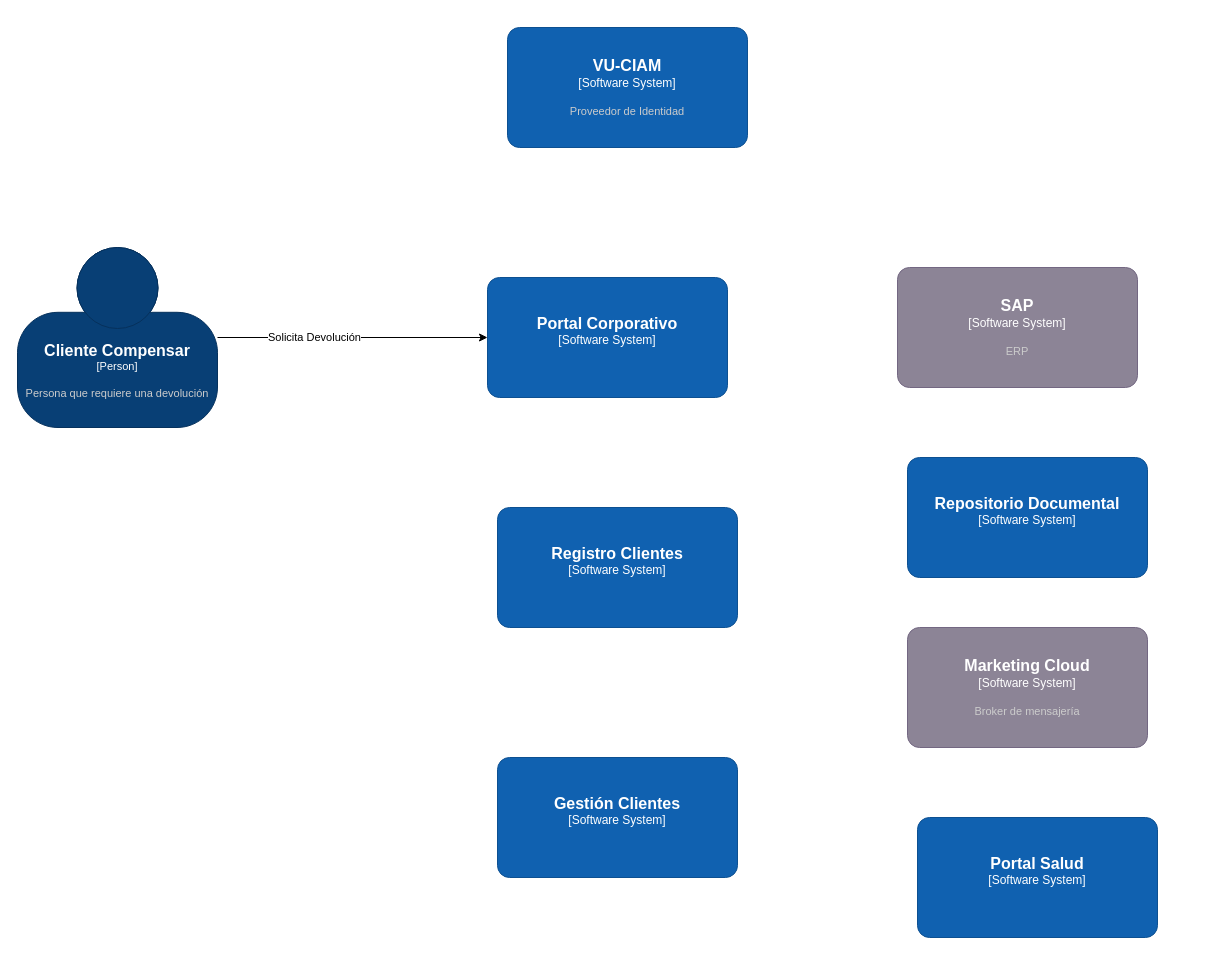
Earlier version of the draw.io diagram page "Context" (1 of 2) of Devoluciones.drawio (carlosvalderrama1204/diagrams). Source tidied: cells renumbered, new cells numbered last; positions are measured from the earlier drawing's top-left corner, leaving out a move shared by most shapes. Both pictures are drawn from the tidied source at 100%, with x=0, y=0 at pixel (17, 27).
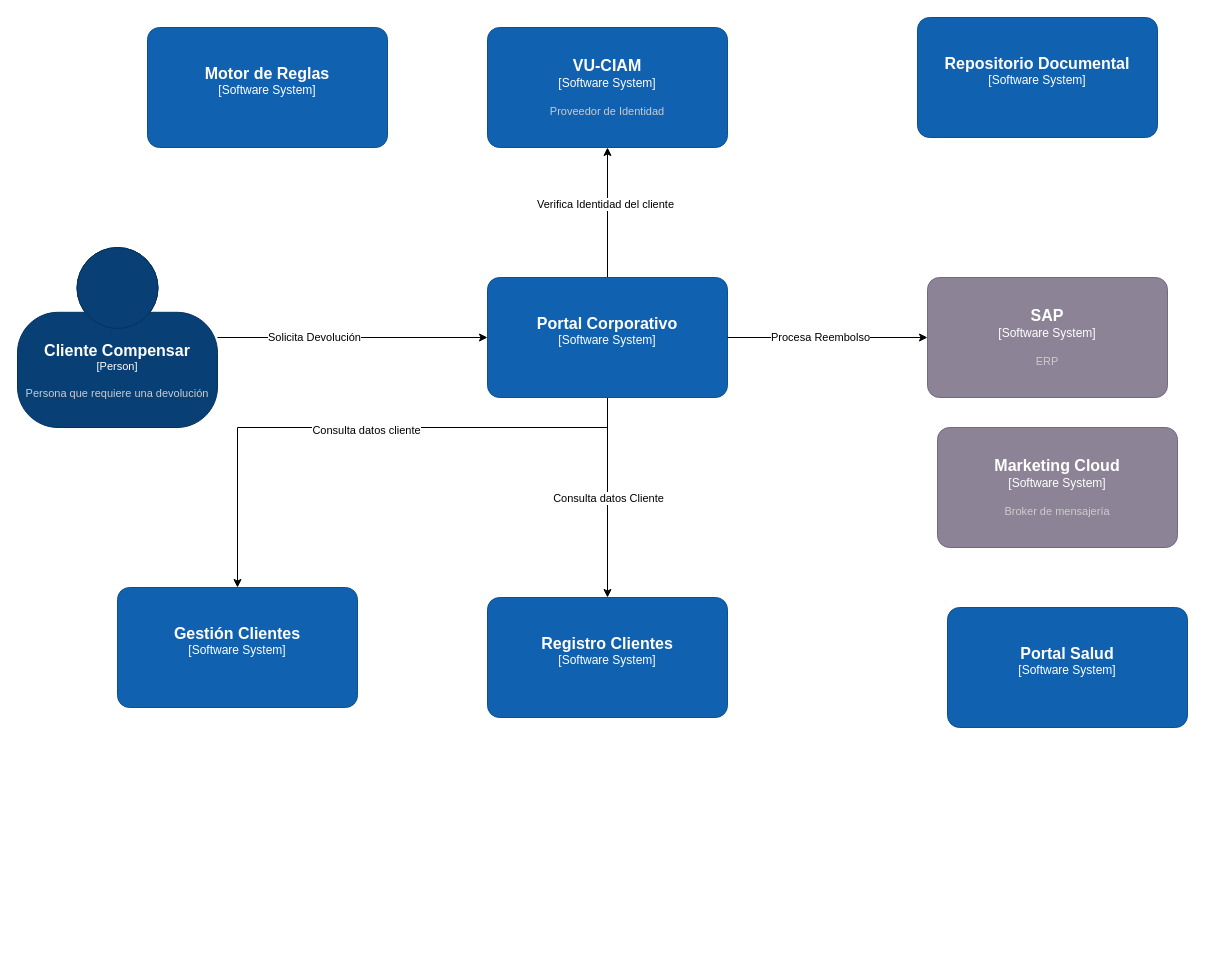
After the change.

The change refers to these unchanged cells:
```xml
<object id="5" label="&lt;font style=&quot;font-size: 16px&quot;&gt;&lt;b&gt;%c4Name%&lt;/b&gt;&lt;/font&gt;&lt;div&gt;[%c4Type%]&lt;/div&gt;&lt;br&gt;&lt;div&gt;&lt;font style=&quot;font-size: 11px&quot;&gt;&lt;font color=&quot;#cccccc&quot;&gt;%c4Description%&lt;/font&gt;&lt;/div&gt;" c4Description="" c4Name="Portal Corporativo" c4Type="Software System" placeholders="1">
  <mxCell style="rounded=1;whiteSpace=wrap;html=1;labelBackgroundColor=none;fillColor=#1061B0;fontColor=#ffffff;align=center;arcSize=10;strokeColor=#0D5091;points=[[0.25,0,0],[0.5,0,0],[0.75,0,0],[1,0.25,0],[1,0.5,0],[1,0.75,0],[0.75,1,0],[0.5,1,0],[0.25,1,0],[0,0.75,0],[0,0.5,0],[0,0.25,0]];" parent="1" vertex="1">
    <mxGeometry x="470" y="250" width="240" height="120" as="geometry" />
  </mxCell>
</object>
```

What changed in the source:
```diff
@@
+    <mxCell id="13" style="edgeStyle=orthogonalEdgeStyle;rounded=0;jettySize=auto;html=1;" parent="1" edge="1" source="5" target="12">
+      <mxGeometry relative="1" as="geometry" />
+    </mxCell>
+    <mxCell id="14" value="Verifica Identidad del cliente" style="edgeLabel;html=1;align=center;verticalAlign=middle;" parent="13" vertex="1">
+      <mxGeometry x="0.14" y="3" relative="1" as="geometry" />
+    </mxCell>
+    <mxCell id="15" style="edgeStyle=orthogonalEdgeStyle;rounded=0;jettySize=auto;html=1;" parent="1" edge="1" source="5" target="11">
+      <mxGeometry relative="1" as="geometry" />
+    </mxCell>
+    <mxCell id="16" value="Consulta datos Cliente" style="edgeLabel;html=1;align=center;verticalAlign=middle;" parent="15" vertex="1">
+      <mxGeometry relative="1" as="geometry" />
+    </mxCell>
+    <mxCell id="17" style="edgeStyle=orthogonalEdgeStyle;rounded=0;jettySize=auto;html=1;" parent="1" edge="1" source="5" target="10">
+      <mxGeometry relative="1" as="geometry">
+        <Array as="points">
+          <mxPoint x="590" y="400" />
+          <mxPoint x="220" y="400" />
+        </Array>
+      </mxGeometry>
+    </mxCell>
+    <mxCell id="18" value="Consulta datos cliente" style="edgeLabel;html=1;align=center;verticalAlign=middle;" parent="17" vertex="1">
+      <mxGeometry x="-0.03" y="2" relative="1" as="geometry" />
+    </mxCell>
@@
     <object id="6" label="&lt;font style=&quot;font-size: 16px&quot;&gt;&lt;b&gt;%c4Name%&lt;/b&gt;&lt;/font&gt;&lt;div&gt;[%c4Type%]&lt;/div&gt;&lt;br&gt;&lt;div&gt;&lt;font style=&quot;font-size: 11px&quot;&gt;&lt;font color=&quot;#cccccc&quot;&gt;%c4Description%&lt;/font&gt;&lt;/div&gt;" c4Description="" c4Name="Portal Salud" c4Type="Software System" placeholders="1">
       <mxCell style="rounded=1;whiteSpace=wrap;html=1;labelBackgroundColor=none;fillColor=#1061B0;fontColor=#ffffff;align=center;arcSize=10;strokeColor=#0D5091;" parent="1" vertex="1">
-        <mxGeometry x="900" y="790" width="240" height="120" as="geometry" />
+        <mxGeometry x="930" y="580" width="240" height="120" as="geometry" />
       </mxCell>
     </object>
     <object id="7" label="&lt;font style=&quot;font-size: 16px&quot;&gt;&lt;b&gt;%c4Name%&lt;/b&gt;&lt;/font&gt;&lt;div&gt;[%c4Type%]&lt;/div&gt;&lt;br&gt;&lt;div&gt;&lt;font style=&quot;font-size: 11px&quot;&gt;&lt;font color=&quot;#cccccc&quot;&gt;%c4Description%&lt;/font&gt;&lt;/div&gt;" c4Description="" c4Name="Repositorio Documental" c4Type="Software System" placeholders="1">
       <mxCell style="rounded=1;whiteSpace=wrap;html=1;labelBackgroundColor=none;fillColor=#1061B0;fontColor=#ffffff;align=center;arcSize=10;strokeColor=#0D5091;" parent="1" vertex="1">
-        <mxGeometry x="890" y="430" width="240" height="120" as="geometry" />
+        <mxGeometry x="900" y="-10" width="240" height="120" as="geometry" />
       </mxCell>
     </object>
     <object id="8" label="&lt;font style=&quot;font-size: 16px&quot;&gt;&lt;b&gt;%c4Name%&lt;/b&gt;&lt;/font&gt;&lt;div&gt;[%c4Type%]&lt;/div&gt;&lt;br&gt;&lt;div&gt;&lt;font style=&quot;font-size: 11px&quot;&gt;&lt;font color=&quot;#cccccc&quot;&gt;%c4Description%&lt;/font&gt;&lt;/div&gt;" c4Description="Broker de mensajería" c4Name="Marketing Cloud" c4Type="Software System" placeholders="1">
       <mxCell style="rounded=1;whiteSpace=wrap;html=1;labelBackgroundColor=none;fillColor=#8C8496;fontColor=#ffffff;align=center;arcSize=10;strokeColor=#736782;" parent="1" vertex="1">
-        <mxGeometry x="890" y="600" width="240" height="120" as="geometry" />
+        <mxGeometry x="920" y="400" width="240" height="120" as="geometry" />
       </mxCell>
     </object>
     <object id="9" label="&lt;font style=&quot;font-size: 16px&quot;&gt;&lt;b&gt;%c4Name%&lt;/b&gt;&lt;/font&gt;&lt;div&gt;[%c4Type%]&lt;/div&gt;&lt;br&gt;&lt;div&gt;&lt;font style=&quot;font-size: 11px&quot;&gt;&lt;font color=&quot;#cccccc&quot;&gt;%c4Description%&lt;/font&gt;&lt;/div&gt;" c4Description="ERP" c4Name="SAP" c4Type="Software System" placeholders="1">
       <mxCell style="rounded=1;whiteSpace=wrap;html=1;labelBackgroundColor=none;fillColor=#8C8496;fontColor=#ffffff;align=center;arcSize=10;strokeColor=#736782;points=[[0.25,0,0],[0.5,0,0],[0.75,0,0],[1,0.25,0],[1,0.5,0],[1,0.75,0],[0.75,1,0],[0.5,1,0],[0.25,1,0],[0,0.75,0],[0,0.5,0],[0,0.25,0]];" parent="1" vertex="1">
-        <mxGeometry x="880" y="240" width="240" height="120" as="geometry" />
+        <mxGeometry x="910" y="250" width="240" height="120" as="geometry" />
       </mxCell>
     </object>
     <object id="10" label="&lt;font style=&quot;font-size: 16px&quot;&gt;&lt;b&gt;%c4Name%&lt;/b&gt;&lt;/font&gt;&lt;div&gt;[%c4Type%]&lt;/div&gt;&lt;br&gt;&lt;div&gt;&lt;font style=&quot;font-size: 11px&quot;&gt;&lt;font color=&quot;#cccccc&quot;&gt;%c4Description%&lt;/font&gt;&lt;/div&gt;" c4Description="" c4Name="Gestión Clientes" c4Type="Software System" placeholders="1">
       <mxCell style="rounded=1;whiteSpace=wrap;html=1;labelBackgroundColor=none;fillColor=#1061B0;fontColor=#ffffff;align=center;arcSize=10;strokeColor=#0D5091;points=[[0.25,0,0],[0.5,0,0],[0.75,0,0],[1,0.25,0],[1,0.5,0],[1,0.75,0],[0.75,1,0],[0.5,1,0],[0.25,1,0],[0,0.75,0],[0,0.5,0],[0,0.25,0]];" parent="1" vertex="1">
-        <mxGeometry x="480" y="730" width="240" height="120" as="geometry" />
+        <mxGeometry x="100" y="560" width="240" height="120" as="geometry" />
       </mxCell>
     </object>
     <object id="11" label="&lt;font style=&quot;font-size: 16px&quot;&gt;&lt;b&gt;%c4Name%&lt;/b&gt;&lt;/font&gt;&lt;div&gt;[%c4Type%]&lt;/div&gt;&lt;br&gt;&lt;div&gt;&lt;font style=&quot;font-size: 11px&quot;&gt;&lt;font color=&quot;#cccccc&quot;&gt;%c4Description%&lt;/font&gt;&lt;/div&gt;" c4Description="" c4Name="Registro Clientes" c4Type="Software System" placeholders="1">
       <mxCell style="rounded=1;whiteSpace=wrap;html=1;labelBackgroundColor=none;fillColor=#1061B0;fontColor=#ffffff;align=center;arcSize=10;strokeColor=#0D5091;points=[[0.25,0,0],[0.5,0,0],[0.75,0,0],[1,0.25,0],[1,0.5,0],[1,0.75,0],[0.75,1,0],[0.5,1,0],[0.25,1,0],[0,0.75,0],[0,0.5,0],[0,0.25,0]];" parent="1" vertex="1">
-        <mxGeometry x="480" y="480" width="240" height="120" as="geometry" />
+        <mxGeometry x="470" y="570" width="240" height="120" as="geometry" />
       </mxCell>
     </object>
     <object id="12" label="&lt;font style=&quot;font-size: 16px&quot;&gt;&lt;b&gt;%c4Name%&lt;/b&gt;&lt;/font&gt;&lt;div&gt;[%c4Type%]&lt;/div&gt;&lt;br&gt;&lt;div&gt;&lt;font style=&quot;font-size: 11px&quot;&gt;&lt;font color=&quot;#cccccc&quot;&gt;%c4Description%&lt;/font&gt;&lt;/div&gt;" c4Description="Proveedor de Identidad" c4Name="VU-CIAM" c4Type="Software System" placeholders="1">
       <mxCell style="rounded=1;whiteSpace=wrap;html=1;labelBackgroundColor=none;fillColor=#1061B0;fontColor=#ffffff;align=center;arcSize=10;strokeColor=#0D5091;points=[[0.25,0,0],[0.5,0,0],[0.75,0,0],[1,0.25,0],[1,0.5,0],[1,0.75,0],[0.75,1,0],[0.5,1,0],[0.25,1,0],[0,0.75,0],[0,0.5,0],[0,0.25,0]];" parent="1" vertex="1">
-        <mxGeometry x="490" width="240" height="120" as="geometry" />
+        <mxGeometry x="470" width="240" height="120" as="geometry" />
       </mxCell>
     </object>
+    <object id="19" label="&lt;font style=&quot;font-size: 16px&quot;&gt;&lt;b&gt;%c4Name%&lt;/b&gt;&lt;/font&gt;&lt;div&gt;[%c4Type%]&lt;/div&gt;&lt;br&gt;&lt;div&gt;&lt;font style=&quot;font-size: 11px&quot;&gt;&lt;font color=&quot;#cccccc&quot;&gt;%c4Description%&lt;/font&gt;&lt;/div&gt;" c4Description="" c4Name="Motor de Reglas" c4Type="Software System" placeholders="1">
+      <mxCell style="rounded=1;whiteSpace=wrap;html=1;labelBackgroundColor=none;fillColor=#1061B0;fontColor=#ffffff;align=center;arcSize=10;strokeColor=#0D5091;" parent="1" vertex="1">
+        <mxGeometry x="130" width="240" height="120" as="geometry" />
+      </mxCell>
+    </object>
+    <mxCell id="20" style="edgeStyle=orthogonalEdgeStyle;rounded=0;jettySize=auto;html=1;entryX=0;entryY=0.5;entryDx=0;entryDy=0;entryPerimeter=0;" parent="1" edge="1" source="5" target="9">
+      <mxGeometry relative="1" as="geometry" />
+    </mxCell>
+    <mxCell id="21" value="Procesa Reembolso" style="edgeLabel;html=1;align=center;verticalAlign=middle;" parent="20" vertex="1">
+      <mxGeometry x="-0.08" y="1" relative="1" as="geometry" />
+    </mxCell>
```
